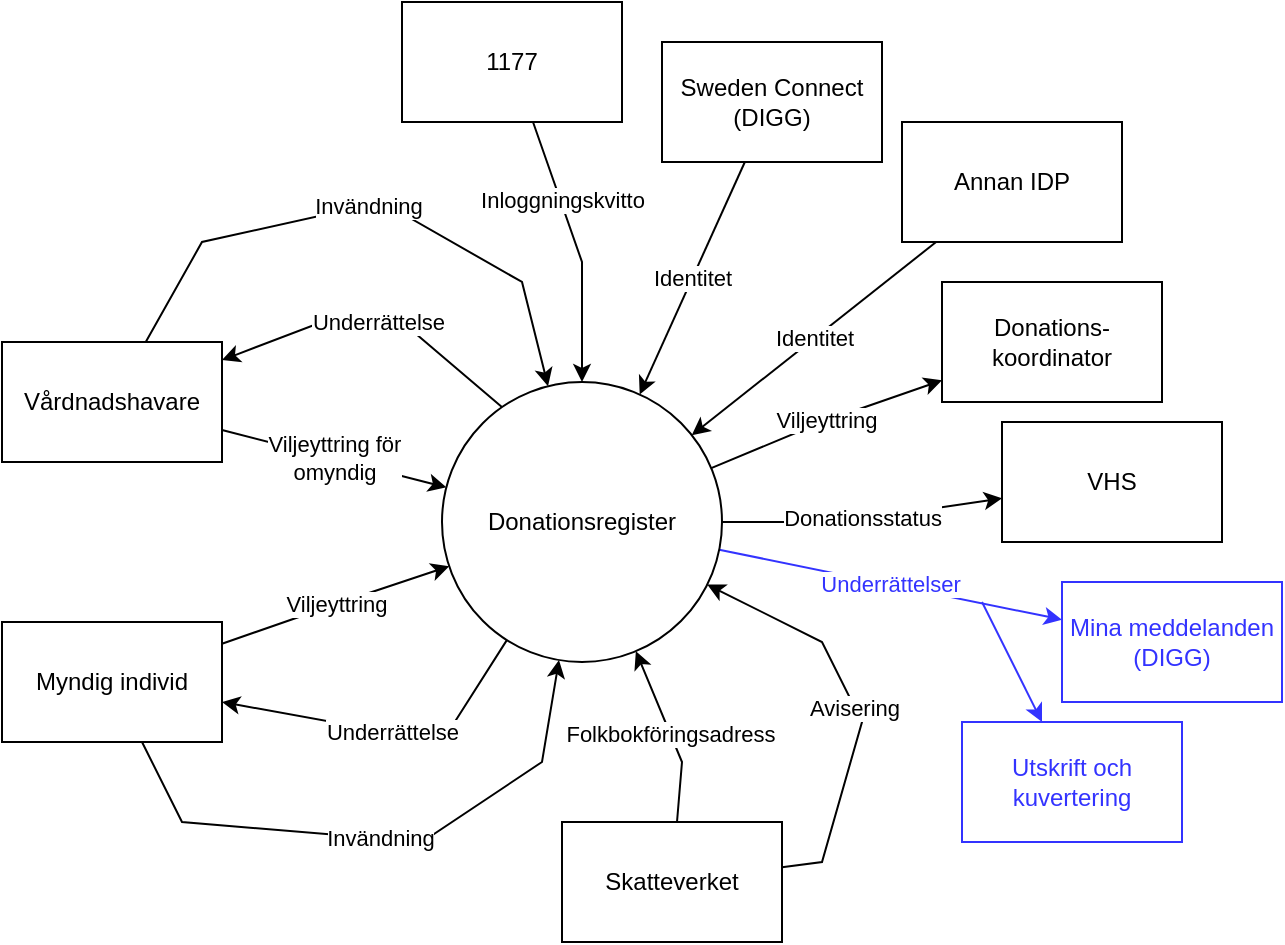
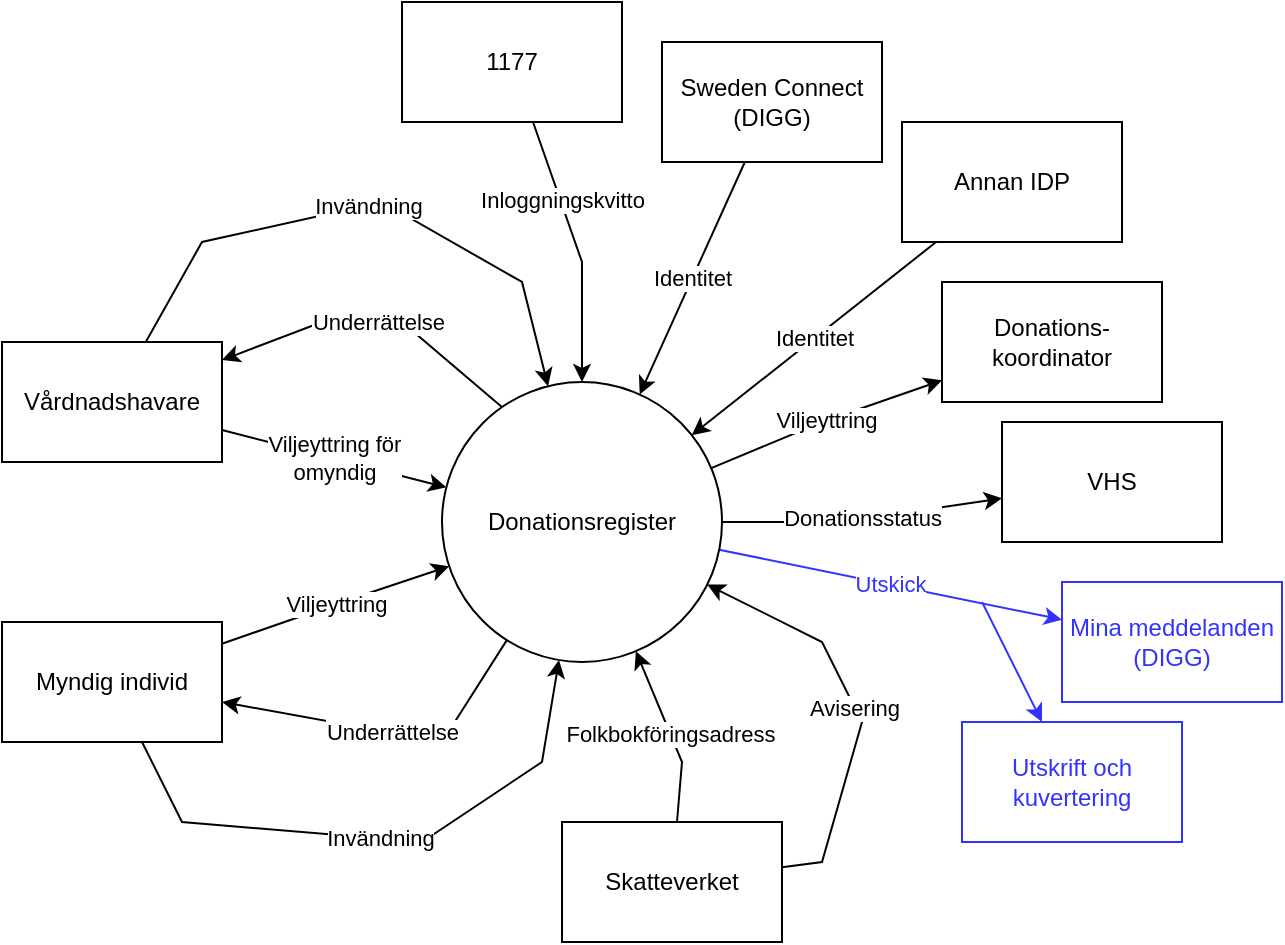
<mxfile host="app.diagrams.net">
  <diagram name="Sida-1" id="F3DC_KPKV7Cfi4B8QXFW">
    <mxGraphModel dx="945" dy="534" grid="1" gridSize="10" guides="1" tooltips="1" connect="1" arrows="1" fold="1" page="1" pageScale="1" pageWidth="1654" pageHeight="1169" math="0" shadow="0">
      <root>
        <mxCell id="0" />
        <mxCell id="1" parent="0" />
        <mxCell id="8-SjN_EHFgN-SorVCnXN-8" edge="1" parent="1" source="8-SjN_EHFgN-SorVCnXN-1" style="edgeStyle=none;shape=connector;rounded=0;orthogonalLoop=1;jettySize=auto;html=1;strokeColor=default;align=center;verticalAlign=middle;fontFamily=Helvetica;fontSize=11;fontColor=default;labelBackgroundColor=default;endArrow=classic;exitX=0.238;exitY=0.11;exitDx=0;exitDy=0;exitPerimeter=0;" target="8-SjN_EHFgN-SorVCnXN-2" value="Underrättelse">
          <mxGeometry relative="1" as="geometry">
            <Array as="points">
              <mxPoint x="270" y="300" />
              <mxPoint x="230" y="300" />
            </Array>
          </mxGeometry>
        </mxCell>
        <mxCell id="8-SjN_EHFgN-SorVCnXN-9" edge="1" parent="1" source="8-SjN_EHFgN-SorVCnXN-1" style="edgeStyle=none;shape=connector;rounded=0;orthogonalLoop=1;jettySize=auto;html=1;strokeColor=default;align=center;verticalAlign=middle;fontFamily=Helvetica;fontSize=11;fontColor=default;labelBackgroundColor=default;endArrow=classic;" target="8-SjN_EHFgN-SorVCnXN-4" value="Underrättelse">
          <mxGeometry relative="1" as="geometry">
            <Array as="points">
              <mxPoint x="290" y="510" />
            </Array>
          </mxGeometry>
        </mxCell>
        <mxCell id="vmO4fVELBJI4xzzginw8-5" edge="1" parent="1" source="8-SjN_EHFgN-SorVCnXN-1" style="edgeStyle=none;shape=connector;rounded=0;orthogonalLoop=1;jettySize=auto;html=1;strokeColor=default;align=center;verticalAlign=middle;fontFamily=Helvetica;fontSize=11;fontColor=default;labelBackgroundColor=default;endArrow=classic;" target="vmO4fVELBJI4xzzginw8-4" value="Donationsstatus">
          <mxGeometry relative="1" as="geometry">
            <Array as="points">
              <mxPoint x="490" y="400" />
            </Array>
          </mxGeometry>
        </mxCell>
        <mxCell id="vmO4fVELBJI4xzzginw8-6" edge="1" parent="1" source="8-SjN_EHFgN-SorVCnXN-1" style="edgeStyle=none;shape=connector;rounded=0;orthogonalLoop=1;jettySize=auto;html=1;strokeColor=default;align=center;verticalAlign=middle;fontFamily=Helvetica;fontSize=11;fontColor=default;labelBackgroundColor=default;endArrow=classic;" target="vmO4fVELBJI4xzzginw8-3" value="Viljeyttring">
          <mxGeometry relative="1" as="geometry">
            <Array as="points">
              <mxPoint x="480" y="350" />
            </Array>
          </mxGeometry>
        </mxCell>
-         <mxCell id="vmO4fVELBJI4xzzginw8-18" edge="1" parent="1" source="8-SjN_EHFgN-SorVCnXN-1" style="edgeStyle=none;shape=connector;rounded=0;orthogonalLoop=1;jettySize=auto;html=1;strokeColor=#3333FF;align=center;verticalAlign=middle;fontFamily=Helvetica;fontSize=11;fontColor=#3333FF;labelBackgroundColor=default;endArrow=classic;" target="vmO4fVELBJI4xzzginw8-14" value="Underrättelser">
+         <mxCell id="vmO4fVELBJI4xzzginw8-18" edge="1" parent="1" source="8-SjN_EHFgN-SorVCnXN-1" style="edgeStyle=none;shape=connector;rounded=0;orthogonalLoop=1;jettySize=auto;html=1;strokeColor=#3333FF;align=center;verticalAlign=middle;fontFamily=Helvetica;fontSize=11;fontColor=#3333FF;labelBackgroundColor=default;endArrow=classic;" target="vmO4fVELBJI4xzzginw8-14" value="Utskick">
          <mxGeometry relative="1" as="geometry" />
        </mxCell>
        <mxCell id="vmO4fVELBJI4xzzginw8-19" edge="1" parent="1" style="edgeStyle=none;shape=connector;rounded=0;orthogonalLoop=1;jettySize=auto;html=1;strokeColor=#3333FF;align=center;verticalAlign=middle;fontFamily=Helvetica;fontSize=11;fontColor=#3333FF;labelBackgroundColor=default;endArrow=classic;" target="vmO4fVELBJI4xzzginw8-17">
          <mxGeometry relative="1" as="geometry">
            <mxPoint x="560" y="440" as="sourcePoint" />
          </mxGeometry>
        </mxCell>
        <mxCell id="8-SjN_EHFgN-SorVCnXN-1" parent="1" style="ellipse;whiteSpace=wrap;html=1;aspect=fixed;" value="Donationsregister" vertex="1">
          <mxGeometry height="140" width="140" x="290" y="330" as="geometry" />
        </mxCell>
        <mxCell id="8-SjN_EHFgN-SorVCnXN-5" edge="1" parent="1" source="8-SjN_EHFgN-SorVCnXN-2" style="rounded=0;orthogonalLoop=1;jettySize=auto;html=1;strokeColor=default;align=center;verticalAlign=middle;fontFamily=Helvetica;fontSize=11;fontColor=default;labelBackgroundColor=default;endArrow=classic;" target="8-SjN_EHFgN-SorVCnXN-1" value="Viljeyttring för&lt;div&gt;omyndig&lt;/div&gt;">
          <mxGeometry relative="1" as="geometry" />
        </mxCell>
        <mxCell id="vmO4fVELBJI4xzzginw8-1" edge="1" parent="1" source="8-SjN_EHFgN-SorVCnXN-2" style="edgeStyle=none;shape=connector;rounded=0;orthogonalLoop=1;jettySize=auto;html=1;strokeColor=default;align=center;verticalAlign=middle;fontFamily=Helvetica;fontSize=11;fontColor=default;labelBackgroundColor=default;endArrow=classic;curved=0;" target="8-SjN_EHFgN-SorVCnXN-1" value="Invändning">
          <mxGeometry relative="1" as="geometry">
            <Array as="points">
              <mxPoint x="170" y="260" />
              <mxPoint x="260" y="240" />
              <mxPoint x="330" y="280" />
            </Array>
          </mxGeometry>
        </mxCell>
        <mxCell id="8-SjN_EHFgN-SorVCnXN-2" parent="1" style="rounded=0;whiteSpace=wrap;html=1;" value="Vårdnadshavare" vertex="1">
          <mxGeometry height="60" width="110" x="70" y="310" as="geometry" />
        </mxCell>
        <mxCell id="8-SjN_EHFgN-SorVCnXN-7" edge="1" parent="1" source="8-SjN_EHFgN-SorVCnXN-4" style="shape=connector;rounded=0;orthogonalLoop=1;jettySize=auto;html=1;strokeColor=default;align=center;verticalAlign=middle;fontFamily=Helvetica;fontSize=11;fontColor=default;labelBackgroundColor=default;endArrow=classic;" target="8-SjN_EHFgN-SorVCnXN-1" value="Viljeyttring">
          <mxGeometry relative="1" as="geometry">
            <Array as="points">
              <mxPoint x="240" y="440" />
            </Array>
          </mxGeometry>
        </mxCell>
        <mxCell id="vmO4fVELBJI4xzzginw8-2" edge="1" parent="1" source="8-SjN_EHFgN-SorVCnXN-4" style="edgeStyle=none;shape=connector;rounded=0;orthogonalLoop=1;jettySize=auto;html=1;strokeColor=default;align=center;verticalAlign=middle;fontFamily=Helvetica;fontSize=11;fontColor=default;labelBackgroundColor=default;endArrow=classic;" target="8-SjN_EHFgN-SorVCnXN-1" value="Invändning">
          <mxGeometry relative="1" as="geometry">
            <Array as="points">
              <mxPoint x="160" y="550" />
              <mxPoint x="280" y="560" />
              <mxPoint x="340" y="520" />
            </Array>
          </mxGeometry>
        </mxCell>
        <mxCell id="8-SjN_EHFgN-SorVCnXN-4" parent="1" style="rounded=0;whiteSpace=wrap;html=1;" value="Myndig individ" vertex="1">
          <mxGeometry height="60" width="110" x="70" y="450" as="geometry" />
        </mxCell>
        <mxCell id="vmO4fVELBJI4xzzginw8-3" parent="1" style="rounded=0;whiteSpace=wrap;html=1;" value="Donations-&lt;span style=&quot;background-color: transparent; color: light-dark(rgb(0, 0, 0), rgb(255, 255, 255));&quot;&gt;koordinator&lt;/span&gt;" vertex="1">
          <mxGeometry height="60" width="110" x="540" y="280" as="geometry" />
        </mxCell>
        <mxCell id="vmO4fVELBJI4xzzginw8-4" parent="1" style="rounded=0;whiteSpace=wrap;html=1;" value="VHS" vertex="1">
          <mxGeometry height="60" width="110" x="570" y="350" as="geometry" />
        </mxCell>
        <mxCell id="vmO4fVELBJI4xzzginw8-9" edge="1" parent="1" source="vmO4fVELBJI4xzzginw8-7" style="edgeStyle=none;shape=connector;rounded=0;orthogonalLoop=1;jettySize=auto;html=1;strokeColor=default;align=center;verticalAlign=middle;fontFamily=Helvetica;fontSize=11;fontColor=default;labelBackgroundColor=default;endArrow=classic;" target="8-SjN_EHFgN-SorVCnXN-1" value="Folkbokföringsadress">
          <mxGeometry relative="1" as="geometry">
            <Array as="points">
              <mxPoint x="410" y="520" />
            </Array>
          </mxGeometry>
        </mxCell>
        <mxCell id="vmO4fVELBJI4xzzginw8-16" edge="1" parent="1" source="vmO4fVELBJI4xzzginw8-7" style="edgeStyle=none;shape=connector;rounded=0;orthogonalLoop=1;jettySize=auto;html=1;strokeColor=default;align=center;verticalAlign=middle;fontFamily=Helvetica;fontSize=11;fontColor=default;labelBackgroundColor=default;endArrow=classic;" target="8-SjN_EHFgN-SorVCnXN-1" value="Avisering">
          <mxGeometry relative="1" as="geometry">
            <Array as="points">
              <mxPoint x="480" y="570" />
              <mxPoint x="500" y="500" />
              <mxPoint x="480" y="460" />
            </Array>
          </mxGeometry>
        </mxCell>
        <mxCell id="vmO4fVELBJI4xzzginw8-7" parent="1" style="rounded=0;whiteSpace=wrap;html=1;" value="Skatteverket" vertex="1">
          <mxGeometry height="60" width="110" x="350" y="550" as="geometry" />
        </mxCell>
        <mxCell id="vmO4fVELBJI4xzzginw8-11" edge="1" parent="1" source="vmO4fVELBJI4xzzginw8-10" style="edgeStyle=none;shape=connector;rounded=0;orthogonalLoop=1;jettySize=auto;html=1;strokeColor=default;align=center;verticalAlign=middle;fontFamily=Helvetica;fontSize=11;fontColor=default;labelBackgroundColor=default;endArrow=classic;" target="8-SjN_EHFgN-SorVCnXN-1" value="Identitet">
          <mxGeometry relative="1" as="geometry" />
        </mxCell>
        <mxCell id="vmO4fVELBJI4xzzginw8-10" parent="1" style="rounded=0;whiteSpace=wrap;html=1;" value="Sweden Connect (DIGG)" vertex="1">
          <mxGeometry height="60" width="110" x="400" y="160" as="geometry" />
        </mxCell>
        <mxCell id="vmO4fVELBJI4xzzginw8-13" edge="1" parent="1" source="vmO4fVELBJI4xzzginw8-12" style="edgeStyle=none;shape=connector;rounded=0;orthogonalLoop=1;jettySize=auto;html=1;strokeColor=default;align=center;verticalAlign=middle;fontFamily=Helvetica;fontSize=11;fontColor=default;labelBackgroundColor=default;endArrow=classic;" target="8-SjN_EHFgN-SorVCnXN-1" value="Identitet">
          <mxGeometry relative="1" as="geometry" />
        </mxCell>
        <mxCell id="vmO4fVELBJI4xzzginw8-12" parent="1" style="rounded=0;whiteSpace=wrap;html=1;" value="Annan IDP" vertex="1">
          <mxGeometry height="60" width="110" x="520" y="200" as="geometry" />
        </mxCell>
        <mxCell id="vmO4fVELBJI4xzzginw8-14" parent="1" style="rounded=0;whiteSpace=wrap;html=1;strokeColor=#3333FF;fontColor=#3333FF;" value="Mina meddelanden (DIGG)" vertex="1">
          <mxGeometry height="60" width="110" x="600" y="430" as="geometry" />
        </mxCell>
        <mxCell id="vmO4fVELBJI4xzzginw8-17" parent="1" style="rounded=0;whiteSpace=wrap;html=1;strokeColor=#3333FF;fontColor=#3333FF;" value="Utskrift och kuvertering" vertex="1">
          <mxGeometry height="60" width="110" x="550" y="500" as="geometry" />
        </mxCell>
        <mxCell id="vmO4fVELBJI4xzzginw8-22" edge="1" parent="1" source="vmO4fVELBJI4xzzginw8-21" style="edgeStyle=none;shape=connector;rounded=0;orthogonalLoop=1;jettySize=auto;html=1;strokeColor=default;align=center;verticalAlign=middle;fontFamily=Helvetica;fontSize=11;fontColor=default;labelBackgroundColor=default;endArrow=classic;" target="8-SjN_EHFgN-SorVCnXN-1" value="&lt;span data-path-to-node=&quot;0&quot; data-index-in-node=&quot;24&quot;&gt;Inloggningskvitto&lt;/span&gt;">
          <mxGeometry relative="1" x="-0.3658" as="geometry">
            <mxPoint y="-1" as="offset" />
            <Array as="points">
              <mxPoint x="360" y="270" />
            </Array>
          </mxGeometry>
        </mxCell>
        <mxCell id="vmO4fVELBJI4xzzginw8-21" parent="1" style="rounded=0;whiteSpace=wrap;html=1;" value="1177" vertex="1">
          <mxGeometry height="60" width="110" x="270" y="140" as="geometry" />
        </mxCell>
      </root>
    </mxGraphModel>
  </diagram>
</mxfile>
